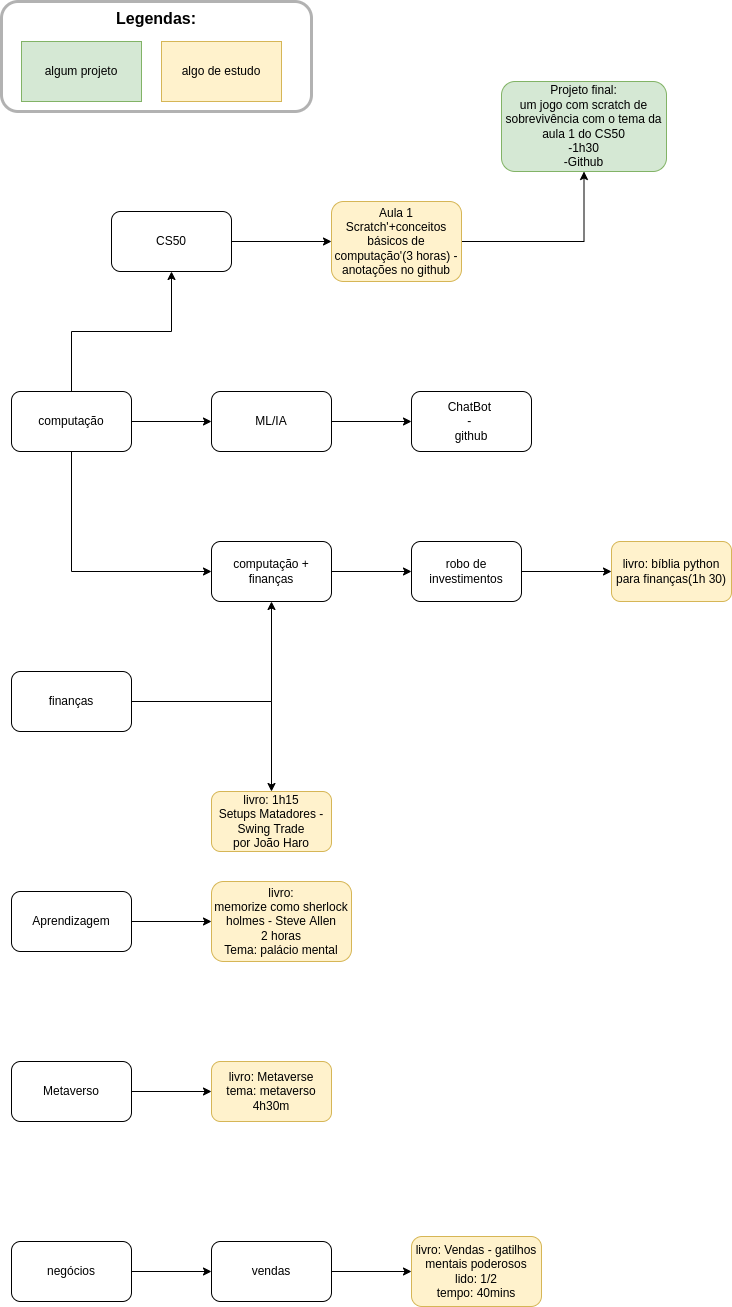
Before: mystudies.drawio.png, a diagram exported from draw.io (gu-nog/my-studies). Source tidied: cells renumbered, new cells last; positions are measured from the earlier drawing's top-left corner, leaving out a move shared by most shapes.
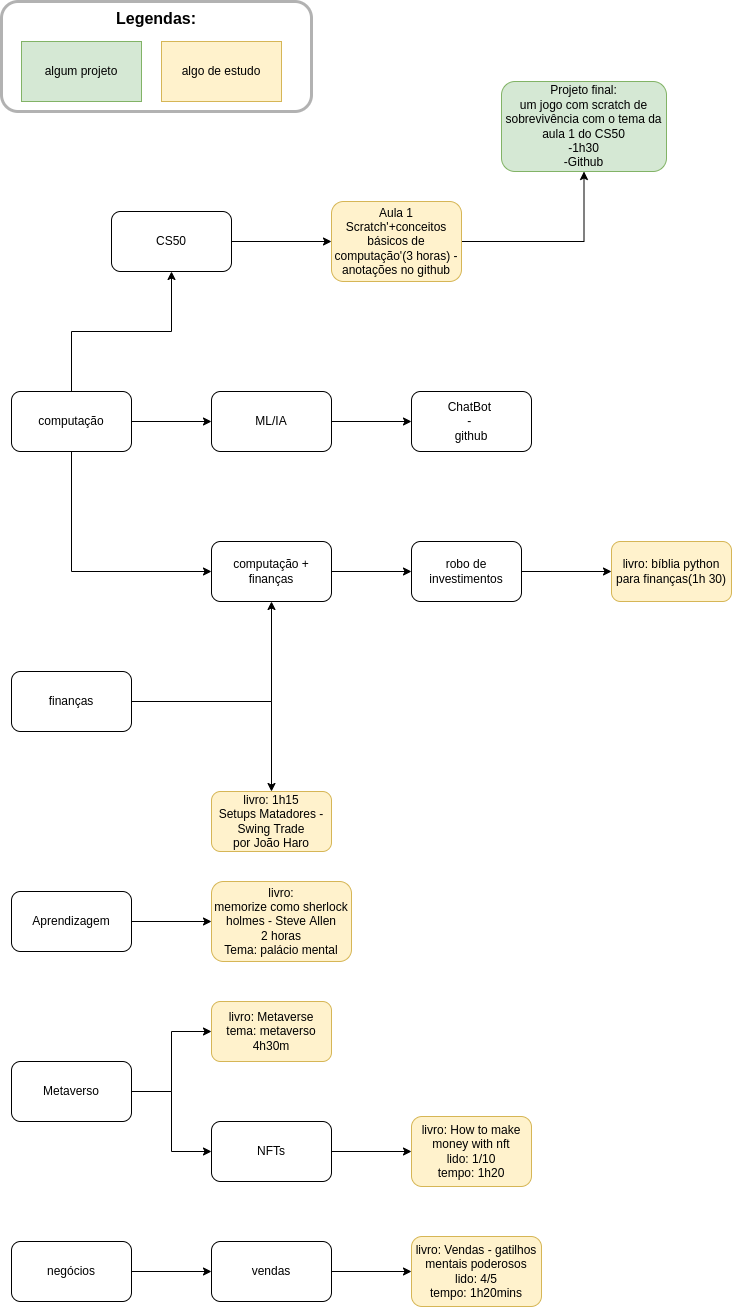
Later version of the same file.

Change to the diagram source:
```diff
@@ -94,7 +94,7 @@
       <mxGeometry x="10" y="1060" width="120" height="60" as="geometry" />
     </mxCell>
     <mxCell id="31" value="livro: Metaverse&lt;br&gt;tema: metaverso&lt;br&gt;4h30m" style="whiteSpace=wrap;html=1;rounded=1;fillColor=#fff2cc;strokeColor=#d6b656;" parent="1" vertex="1">
-      <mxGeometry x="210" y="1060" width="120" height="60" as="geometry" />
+      <mxGeometry x="210" y="1000" width="120" height="60" as="geometry" />
     </mxCell>
     <mxCell id="32" style="edgeStyle=orthogonalEdgeStyle;rounded=0;jettySize=auto;html=1;" parent="1" edge="1" source="33" target="35">
       <mxGeometry relative="1" as="geometry" />
@@ -108,8 +108,25 @@
     <mxCell id="35" value="vendas" style="whiteSpace=wrap;html=1;rounded=1;" parent="1" vertex="1">
       <mxGeometry x="210" y="1240" width="120" height="60" as="geometry" />
     </mxCell>
-    <mxCell id="36" value="livro: Vendas - gatilhos mentais poderosos&lt;br&gt;lido: 1/2&lt;br&gt;tempo: 40mins" style="whiteSpace=wrap;html=1;rounded=1;fillColor=#fff2cc;strokeColor=#d6b656;" parent="1" vertex="1">
+    <mxCell id="36" value="livro: Vendas - gatilhos mentais poderosos&lt;br&gt;lido: 4/5&lt;br&gt;tempo: 1h20mins" style="whiteSpace=wrap;html=1;rounded=1;fillColor=#fff2cc;strokeColor=#d6b656;" parent="1" vertex="1">
       <mxGeometry x="410" y="1235" width="130" height="70" as="geometry" />
     </mxCell>
+    <mxCell id="37" style="edgeStyle=orthogonalEdgeStyle;rounded=0;jettySize=auto;html=1;" parent="1" edge="1" source="38" target="40">
+      <mxGeometry relative="1" as="geometry" />
+    </mxCell>
+    <mxCell id="38" value="NFTs" style="rounded=1;whiteSpace=wrap;html=1;" parent="1" vertex="1">
+      <mxGeometry x="210" y="1120" width="120" height="60" as="geometry" />
+    </mxCell>
+    <mxCell id="39" style="endArrow=classic;html=1;rounded=0;exitX=1;exitY=0.5;exitDx=0;exitDy=0;entryX=0;entryY=0.5;entryDx=0;entryDy=0;" parent="1" edge="1" source="30" target="38">
+      <mxGeometry relative="1" as="geometry">
+        <Array as="points">
+          <mxPoint x="170" y="1090" />
+          <mxPoint x="170" y="1150" />
+        </Array>
+      </mxGeometry>
+    </mxCell>
+    <mxCell id="40" value="livro: How to make money with nft&lt;br&gt;lido: 1/10&lt;br&gt;tempo: 1h20" style="rounded=1;whiteSpace=wrap;html=1;fillColor=#fff2cc;strokeColor=#d6b656;" parent="1" vertex="1">
+      <mxGeometry x="410" y="1115" width="120" height="70" as="geometry" />
+    </mxCell>
   </root>
 </mxGraphModel>
```
